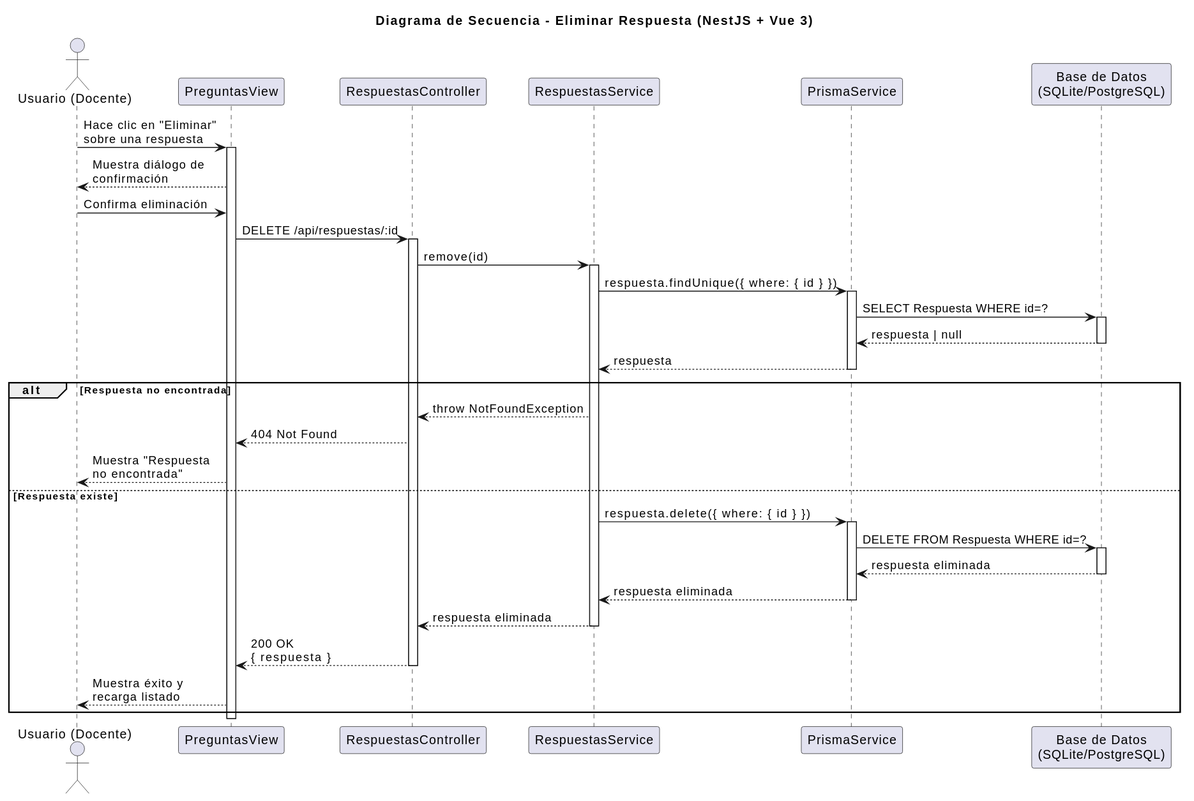
The PlantUML diagram images/diseño/eliminarRespuesta/secuencia.svg in marcosgutierrez6/25-26-idsw2-sdVC, before a commit.
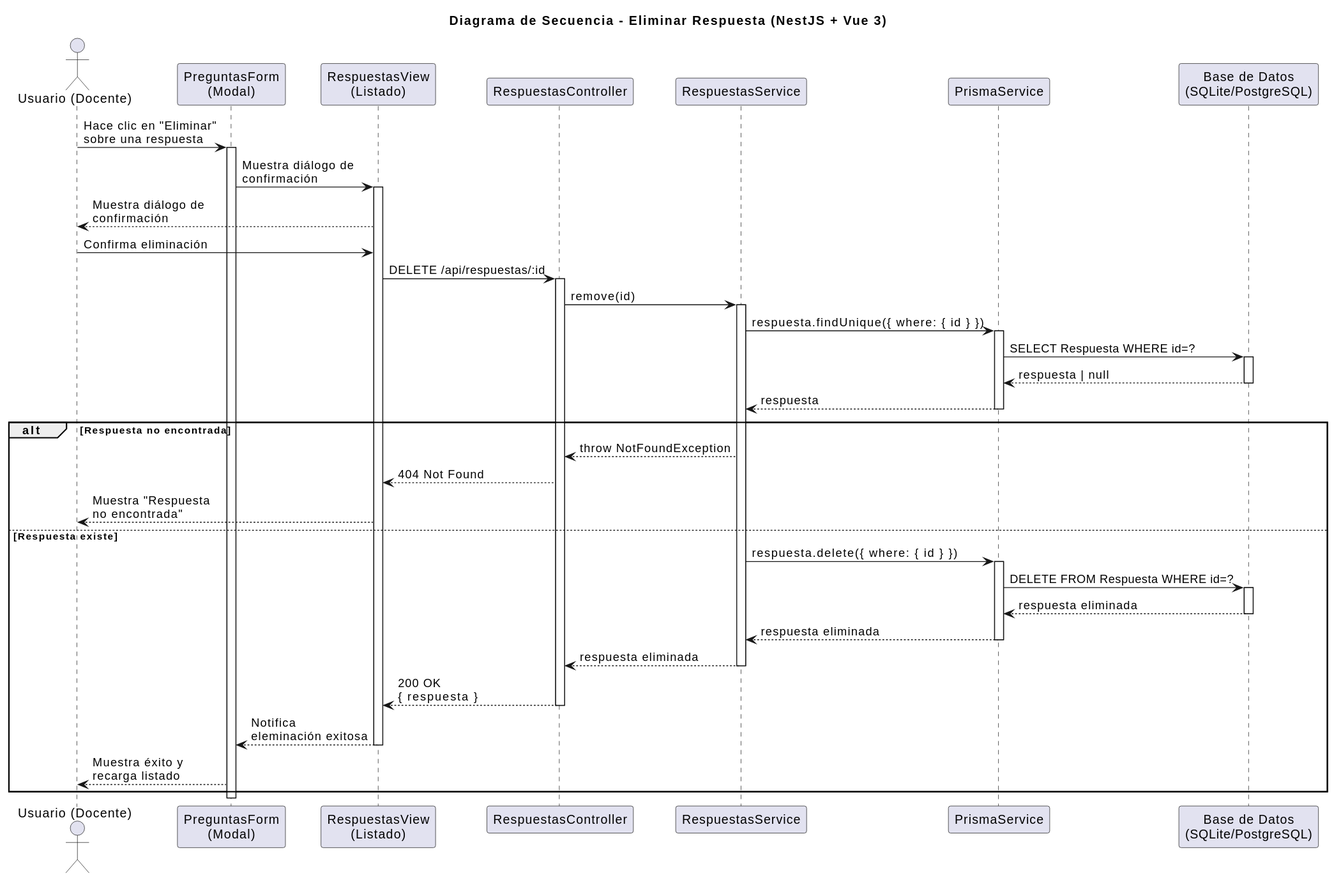
Above is the later version.

Change to the diagram source:
```diff
@@ -2,19 +2,23 @@
 title Diagrama de Secuencia - Eliminar Respuesta (NestJS + Vue 3)
 
 actor "Usuario (Docente)" as User
-participant "PreguntasView" as FE
+participant "PreguntasForm\n(Modal)" as ParentForm
+participant "RespuestasView\n(Listado)" as List
 participant "RespuestasController" as Controller
 participant "RespuestasService" as Service
 participant "PrismaService" as Prisma
 participant "Base de Datos\n(SQLite/PostgreSQL)" as DB
 
-User -> FE: Hace clic en "Eliminar"\nsobre una respuesta
-activate FE
+User -> ParentForm: Hace clic en "Eliminar"\nsobre una respuesta
+activate ParentForm
 
-FE --> User: Muestra diálogo de\nconfirmación
+ParentForm -> List: Muestra diálogo de\nconfirmación
+activate List
 
-User -> FE: Confirma eliminación
-FE -> Controller: DELETE /api/respuestas/:id
+List --> User: Muestra diálogo de\nconfirmación
+
+User -> List: Confirma eliminación
+List -> Controller: DELETE /api/respuestas/:id
 activate Controller
 
 Controller -> Service: remove(id)
@@ -31,8 +35,8 @@
 
 alt Respuesta no encontrada
   Service --> Controller: throw NotFoundException
-  Controller --> FE: 404 Not Found
-  FE --> User: Muestra "Respuesta\nno encontrada"
+  Controller --> List: 404 Not Found
+  List --> User: Muestra "Respuesta\nno encontrada"
 else Respuesta existe
   Service -> Prisma: respuesta.delete({ where: { id } })
   activate Prisma
@@ -45,10 +49,12 @@
 
   Service --> Controller: respuesta eliminada
   deactivate Service
-  Controller --> FE: 200 OK\n{ respuesta }
+  Controller --> List: 200 OK\n{ respuesta }
   deactivate Controller
-  FE --> User: Muestra éxito y\nrecarga listado
+  List --> ParentForm: Notifica\neleminación exitosa
+  deactivate List
+  ParentForm --> User: Muestra éxito y\nrecarga listado
 end
 
-deactivate FE
+deactivate ParentForm
 @enduml
```
